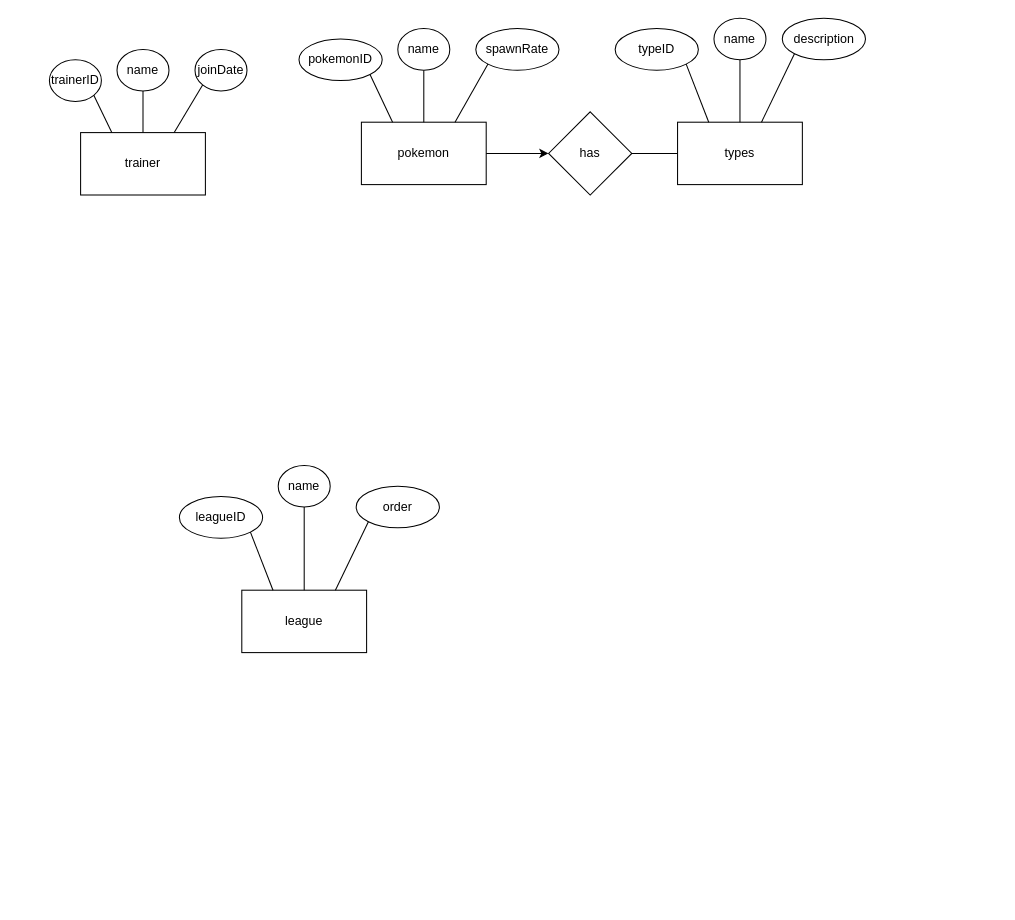
The draw.io diagram pokemonDB.drawio in apoionuz/ceng302, before the edit. Source tidied: cells renumbered, new cells numbered last; positions are measured from the earlier drawing's top-left corner, leaving out a move shared by most shapes. Both pictures are drawn from the tidied source at 104%, with x=0, y=0 at pixel (49, 18).
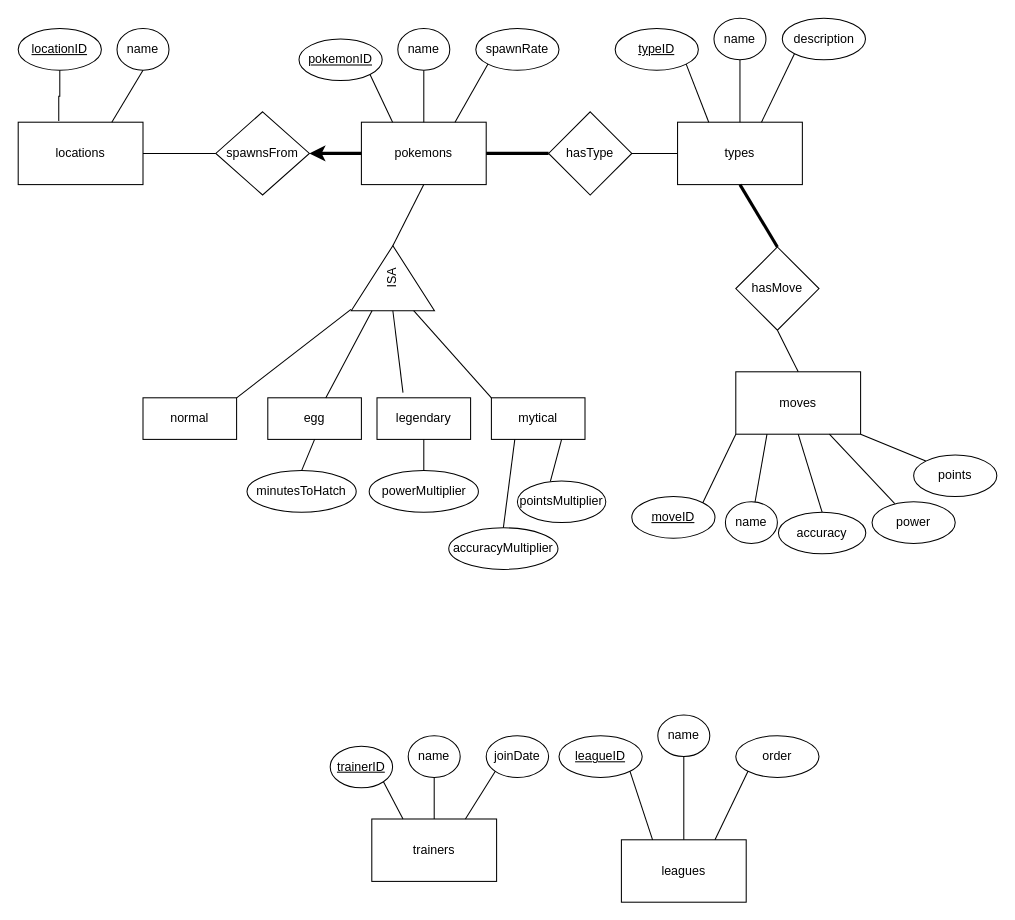
The same page after the edit.

The change refers to these unchanged cells:
```xml
<mxCell id="24" value="types" style="rounded=0;whiteSpace=wrap;html=1;" parent="1" vertex="1">
  <mxGeometry x="604" y="100" width="120" height="60" as="geometry" />
</mxCell>
```

Diff of the diagram source:
```diff
@@
-    <mxCell id="2" value="trainer" style="rounded=0;whiteSpace=wrap;html=1;" parent="1" vertex="1">
-      <mxGeometry x="30" y="110" width="120" height="60" as="geometry" />
+    <mxCell id="2" value="trainers" style="rounded=0;whiteSpace=wrap;html=1;" parent="1" vertex="1">
+      <mxGeometry x="310" y="770" width="120" height="60" as="geometry" />
     </mxCell>
-    <mxCell id="3" value="trainerID" style="ellipse;whiteSpace=wrap;html=1;" parent="1" vertex="1">
-      <mxGeometry y="40" width="50" height="40" as="geometry" />
+    <mxCell id="3" value="&lt;u&gt;trainerID&lt;/u&gt;" style="ellipse;whiteSpace=wrap;html=1;" parent="1" vertex="1">
+      <mxGeometry x="270" y="700" width="60" height="40" as="geometry" />
     </mxCell>
@@
     <mxCell id="6" value="name" style="ellipse;whiteSpace=wrap;html=1;" parent="1" vertex="1">
-      <mxGeometry x="65" y="30" width="50" height="40" as="geometry" />
+      <mxGeometry x="345" y="690" width="50" height="40" as="geometry" />
     </mxCell>
     <mxCell id="7" value="joinDate" style="ellipse;whiteSpace=wrap;html=1;" parent="1" vertex="1">
-      <mxGeometry x="140" y="30" width="50" height="40" as="geometry" />
+      <mxGeometry x="420" y="690" width="60" height="40" as="geometry" />
     </mxCell>
@@
-    <mxCell id="9" value="pokemon" style="rounded=0;whiteSpace=wrap;html=1;" parent="1" vertex="1">
+    <mxCell id="9" value="pokemons" style="rounded=0;whiteSpace=wrap;html=1;" parent="1" vertex="1">
       <mxGeometry x="300" y="100" width="120" height="60" as="geometry" />
     </mxCell>
-    <mxCell id="10" value="pokemonID" style="ellipse;whiteSpace=wrap;html=1;" parent="1" vertex="1">
+    <mxCell id="10" value="&lt;u&gt;pokemonID&lt;/u&gt;" style="ellipse;whiteSpace=wrap;html=1;" parent="1" vertex="1">
       <mxGeometry x="240" y="20" width="80" height="40" as="geometry" />
     </mxCell>
@@
-    <mxCell id="16" value="league" style="rounded=0;whiteSpace=wrap;html=1;" parent="1" vertex="1">
-      <mxGeometry x="185" y="550" width="120" height="60" as="geometry" />
+    <mxCell id="16" value="leagues" style="rounded=0;whiteSpace=wrap;html=1;" parent="1" vertex="1">
+      <mxGeometry x="550" y="790" width="120" height="60" as="geometry" />
     </mxCell>
-    <mxCell id="17" value="leagueID" style="ellipse;whiteSpace=wrap;html=1;" parent="1" vertex="1">
-      <mxGeometry x="125" y="460" width="80" height="40" as="geometry" />
+    <mxCell id="17" value="&lt;u&gt;leagueID&lt;/u&gt;" style="ellipse;whiteSpace=wrap;html=1;" parent="1" vertex="1">
+      <mxGeometry x="490" y="690" width="80" height="40" as="geometry" />
     </mxCell>
@@
     <mxCell id="20" value="name" style="ellipse;whiteSpace=wrap;html=1;" parent="1" vertex="1">
-      <mxGeometry x="220" y="430" width="50" height="40" as="geometry" />
+      <mxGeometry x="585" y="670" width="50" height="40" as="geometry" />
     </mxCell>
     <mxCell id="21" value="order" style="ellipse;whiteSpace=wrap;html=1;" parent="1" vertex="1">
-      <mxGeometry x="295" y="450" width="80" height="40" as="geometry" />
+      <mxGeometry x="660" y="690" width="80" height="40" as="geometry" />
     </mxCell>
@@
-    <mxCell id="25" value="typeID" style="ellipse;whiteSpace=wrap;html=1;" parent="1" vertex="1">
+    <mxCell id="25" value="&lt;u&gt;typeID&lt;/u&gt;" style="ellipse;whiteSpace=wrap;html=1;" parent="1" vertex="1">
       <mxGeometry x="544" y="10" width="80" height="40" as="geometry" />
     </mxCell>
@@
-    <mxCell id="31" style="edgeStyle=orthogonalEdgeStyle;rounded=0;jettySize=auto;html=1;exitX=0;exitY=0.5;exitDx=0;exitDy=0;entryX=1;entryY=0.5;entryDx=0;entryDy=0;endArrow=none;endFill=0;startArrow=classic;startFill=1;" parent="1" edge="1" source="32" target="9">
+    <mxCell id="31" style="edgeStyle=orthogonalEdgeStyle;rounded=0;jettySize=auto;html=1;exitX=0;exitY=0.5;exitDx=0;exitDy=0;entryX=1;entryY=0.5;entryDx=0;entryDy=0;endArrow=none;endFill=0;startArrow=none;startFill=0;strokeWidth=3;" parent="1" edge="1" source="32" target="9">
       <mxGeometry relative="1" as="geometry" />
     </mxCell>
-    <mxCell id="32" value="has" style="rhombus;whiteSpace=wrap;html=1;" parent="1" vertex="1">
+    <mxCell id="32" value="hasType" style="rhombus;whiteSpace=wrap;html=1;" parent="1" vertex="1">
       <mxGeometry x="480" y="90" width="80" height="80" as="geometry" />
     </mxCell>
+    <mxCell id="33" value="moves" style="rounded=0;whiteSpace=wrap;html=1;" parent="1" vertex="1">
+      <mxGeometry x="660" y="340" width="120" height="60" as="geometry" />
+    </mxCell>
+    <mxCell id="34" value="&lt;u&gt;moveID&lt;/u&gt;" style="ellipse;whiteSpace=wrap;html=1;" parent="1" vertex="1">
+      <mxGeometry x="560" y="460" width="80" height="40" as="geometry" />
+    </mxCell>
+    <mxCell id="35" value="name" style="ellipse;whiteSpace=wrap;html=1;" parent="1" vertex="1">
+      <mxGeometry x="650" y="465" width="50" height="40" as="geometry" />
+    </mxCell>
+    <mxCell id="36" value="accuracy" style="ellipse;whiteSpace=wrap;html=1;" parent="1" vertex="1">
+      <mxGeometry x="701" y="475" width="84" height="40" as="geometry" />
+    </mxCell>
+    <mxCell id="37" value="power" style="ellipse;whiteSpace=wrap;html=1;" parent="1" vertex="1">
+      <mxGeometry x="791" y="465" width="80" height="40" as="geometry" />
+    </mxCell>
+    <mxCell id="38" value="points" style="ellipse;whiteSpace=wrap;html=1;" parent="1" vertex="1">
+      <mxGeometry x="831" y="420" width="80" height="40" as="geometry" />
+    </mxCell>
+    <mxCell id="39" value="hasMove" style="rhombus;whiteSpace=wrap;html=1;" parent="1" vertex="1">
+      <mxGeometry x="660" y="220" width="80" height="80" as="geometry" />
+    </mxCell>
+    <mxCell id="40" style="edgeStyle=orthogonalEdgeStyle;rounded=0;jettySize=auto;html=1;exitX=1;exitY=0.5;exitDx=0;exitDy=0;startArrow=classic;startFill=1;endArrow=none;endFill=0;strokeWidth=3;" parent="1" edge="1" source="42" target="9">
+      <mxGeometry relative="1" as="geometry" />
+    </mxCell>
+    <mxCell id="41" style="edgeStyle=orthogonalEdgeStyle;rounded=0;jettySize=auto;html=1;exitX=0;exitY=0.5;exitDx=0;exitDy=0;entryX=1;entryY=0.5;entryDx=0;entryDy=0;strokeWidth=1;startArrow=none;startFill=0;endArrow=none;endFill=0;" parent="1" edge="1" source="42" target="43">
+      <mxGeometry relative="1" as="geometry" />
+    </mxCell>
+    <mxCell id="42" value="spawnsFrom" style="rhombus;whiteSpace=wrap;html=1;" parent="1" vertex="1">
+      <mxGeometry x="160" y="90" width="90" height="80" as="geometry" />
+    </mxCell>
+    <mxCell id="43" value="locations" style="rounded=0;whiteSpace=wrap;html=1;" parent="1" vertex="1">
+      <mxGeometry x="-30" y="100" width="120" height="60" as="geometry" />
+    </mxCell>
+    <mxCell id="44" value="name" style="ellipse;whiteSpace=wrap;html=1;" parent="1" vertex="1">
+      <mxGeometry x="65" y="10" width="50" height="40" as="geometry" />
+    </mxCell>
+    <mxCell id="45" style="edgeStyle=orthogonalEdgeStyle;rounded=0;jettySize=auto;html=1;exitX=0.5;exitY=1;exitDx=0;exitDy=0;entryX=0.325;entryY=-0.021;entryDx=0;entryDy=0;entryPerimeter=0;strokeWidth=1;startArrow=none;startFill=0;endArrow=none;endFill=0;" parent="1" edge="1" source="46" target="43">
+      <mxGeometry relative="1" as="geometry" />
+    </mxCell>
+    <mxCell id="46" value="&lt;u&gt;locationID&lt;/u&gt;" style="ellipse;whiteSpace=wrap;html=1;" parent="1" vertex="1">
+      <mxGeometry x="-30" y="10" width="80" height="40" as="geometry" />
+    </mxCell>
+    <mxCell id="47" style="endArrow=none;html=1;rounded=0;strokeWidth=1;entryX=0.5;entryY=1;entryDx=0;entryDy=0;exitX=0.75;exitY=0;exitDx=0;exitDy=0;" parent="1" edge="1" source="43" target="44">
+      <mxGeometry relative="1" as="geometry" />
+    </mxCell>
+    <mxCell id="48" style="endArrow=none;html=1;rounded=0;strokeWidth=1;entryX=0;entryY=1;entryDx=0;entryDy=0;exitX=1;exitY=0;exitDx=0;exitDy=0;" parent="1" edge="1" source="34" target="33">
+      <mxGeometry relative="1" as="geometry" />
+    </mxCell>
+    <mxCell id="49" style="endArrow=none;html=1;rounded=0;strokeWidth=1;entryX=1;entryY=1;entryDx=0;entryDy=0;exitX=0;exitY=0;exitDx=0;exitDy=0;" parent="1" edge="1" source="38" target="33">
+      <mxGeometry relative="1" as="geometry" />
+    </mxCell>
+    <mxCell id="50" style="endArrow=none;html=1;rounded=0;strokeWidth=1;entryX=0.75;entryY=1;entryDx=0;entryDy=0;exitX=0.273;exitY=0.043;exitDx=0;exitDy=0;exitPerimeter=0;" parent="1" edge="1" source="37" target="33">
+      <mxGeometry relative="1" as="geometry" />
+    </mxCell>
+    <mxCell id="51" style="endArrow=none;html=1;rounded=0;strokeWidth=1;entryX=0.5;entryY=1;entryDx=0;entryDy=0;exitX=0.5;exitY=0;exitDx=0;exitDy=0;" parent="1" edge="1" source="36" target="33">
+      <mxGeometry relative="1" as="geometry" />
+    </mxCell>
+    <mxCell id="52" style="endArrow=none;html=1;rounded=0;strokeWidth=1;entryX=0.25;entryY=1;entryDx=0;entryDy=0;" parent="1" edge="1" source="35" target="33">
+      <mxGeometry relative="1" as="geometry" />
+    </mxCell>
+    <mxCell id="53" style="endArrow=none;html=1;rounded=0;strokeWidth=1;exitX=1;exitY=0.5;exitDx=0;exitDy=0;entryX=0.5;entryY=1;entryDx=0;entryDy=0;" parent="1" edge="1" source="54" target="9">
+      <mxGeometry relative="1" as="geometry" />
+    </mxCell>
+    <mxCell id="54" value="ISA" style="triangle;whiteSpace=wrap;html=1;rotation=-90;" parent="1" vertex="1">
+      <mxGeometry x="299" y="210" width="62.5" height="80" as="geometry" />
+    </mxCell>
+    <mxCell id="55" value="normal" style="rounded=0;whiteSpace=wrap;html=1;" parent="1" vertex="1">
+      <mxGeometry x="90" y="365" width="90" height="40" as="geometry" />
+    </mxCell>
+    <mxCell id="56" value="egg" style="rounded=0;whiteSpace=wrap;html=1;" parent="1" vertex="1">
+      <mxGeometry x="210" y="365" width="90" height="40" as="geometry" />
+    </mxCell>
+    <mxCell id="57" value="legendary" style="rounded=0;whiteSpace=wrap;html=1;" parent="1" vertex="1">
+      <mxGeometry x="315" y="365" width="90" height="40" as="geometry" />
+    </mxCell>
+    <mxCell id="58" value="mytical" style="rounded=0;whiteSpace=wrap;html=1;" parent="1" vertex="1">
+      <mxGeometry x="425" y="365" width="90" height="40" as="geometry" />
+    </mxCell>
+    <mxCell id="59" style="endArrow=none;html=1;rounded=0;strokeWidth=1;exitX=1;exitY=0;exitDx=0;exitDy=0;" parent="1" edge="1" source="55">
+      <mxGeometry relative="1" as="geometry">
+        <mxPoint x="290" y="280" as="targetPoint" />
+      </mxGeometry>
+    </mxCell>
+    <mxCell id="60" style="endArrow=none;html=1;rounded=0;strokeWidth=1;exitX=0.619;exitY=0.007;exitDx=0;exitDy=0;exitPerimeter=0;entryX=0;entryY=0.25;entryDx=0;entryDy=0;" parent="1" edge="1" source="56" target="54">
+      <mxGeometry relative="1" as="geometry" />
+    </mxCell>
+    <mxCell id="61" style="endArrow=none;html=1;rounded=0;strokeWidth=1;entryX=0;entryY=0.5;entryDx=0;entryDy=0;" parent="1" edge="1" target="54">
+      <mxGeometry relative="1" as="geometry">
+        <mxPoint x="340" y="360" as="sourcePoint" />
+      </mxGeometry>
+    </mxCell>
+    <mxCell id="62" style="endArrow=none;html=1;rounded=0;strokeWidth=1;exitX=0;exitY=0;exitDx=0;exitDy=0;entryX=0;entryY=0.75;entryDx=0;entryDy=0;" parent="1" edge="1" source="58" target="54">
+      <mxGeometry relative="1" as="geometry" />
+    </mxCell>
+    <mxCell id="63" value="minutesToHatch" style="ellipse;whiteSpace=wrap;html=1;" parent="1" vertex="1">
+      <mxGeometry x="190" y="435" width="105" height="40" as="geometry" />
+    </mxCell>
+    <mxCell id="64" value="powerMultiplier" style="ellipse;whiteSpace=wrap;html=1;" parent="1" vertex="1">
+      <mxGeometry x="307.5" y="435" width="105" height="40" as="geometry" />
+    </mxCell>
+    <mxCell id="65" value="accuracyMultiplier" style="ellipse;whiteSpace=wrap;html=1;" parent="1" vertex="1">
+      <mxGeometry x="384" y="490" width="105" height="40" as="geometry" />
+    </mxCell>
+    <mxCell id="66" value="pointsMultiplier" style="ellipse;whiteSpace=wrap;html=1;" parent="1" vertex="1">
+      <mxGeometry x="450" y="445" width="85" height="40" as="geometry" />
+    </mxCell>
+    <mxCell id="67" style="endArrow=none;html=1;rounded=0;strokeWidth=1;entryX=0.5;entryY=0;entryDx=0;entryDy=0;exitX=0.25;exitY=1;exitDx=0;exitDy=0;" parent="1" edge="1" source="58" target="65">
+      <mxGeometry relative="1" as="geometry" />
+    </mxCell>
+    <mxCell id="68" style="endArrow=none;html=1;rounded=0;strokeWidth=1;entryX=0.75;entryY=1;entryDx=0;entryDy=0;exitX=0.373;exitY=0.008;exitDx=0;exitDy=0;exitPerimeter=0;" parent="1" edge="1" source="66" target="58">
+      <mxGeometry relative="1" as="geometry" />
+    </mxCell>
+    <mxCell id="69" style="endArrow=none;html=1;rounded=0;strokeWidth=3;entryX=0.5;entryY=1;entryDx=0;entryDy=0;exitX=0.5;exitY=0;exitDx=0;exitDy=0;startArrow=none;startFill=0;" parent="1" edge="1" source="39" target="24">
+      <mxGeometry relative="1" as="geometry" />
+    </mxCell>
+    <mxCell id="70" style="endArrow=none;html=1;rounded=0;strokeWidth=1;entryX=0.5;entryY=1;entryDx=0;entryDy=0;exitX=0.5;exitY=0;exitDx=0;exitDy=0;" parent="1" edge="1" source="33" target="39">
+      <mxGeometry relative="1" as="geometry" />
+    </mxCell>
+    <mxCell id="71" style="endArrow=none;html=1;rounded=0;strokeWidth=1;entryX=0.5;entryY=1;entryDx=0;entryDy=0;exitX=0.5;exitY=0;exitDx=0;exitDy=0;" parent="1" edge="1" source="64" target="57">
+      <mxGeometry relative="1" as="geometry" />
+    </mxCell>
+    <mxCell id="72" style="endArrow=none;html=1;rounded=0;strokeWidth=1;entryX=0.5;entryY=1;entryDx=0;entryDy=0;exitX=0.5;exitY=0;exitDx=0;exitDy=0;" parent="1" edge="1" source="63" target="56">
+      <mxGeometry relative="1" as="geometry" />
+    </mxCell>
```
